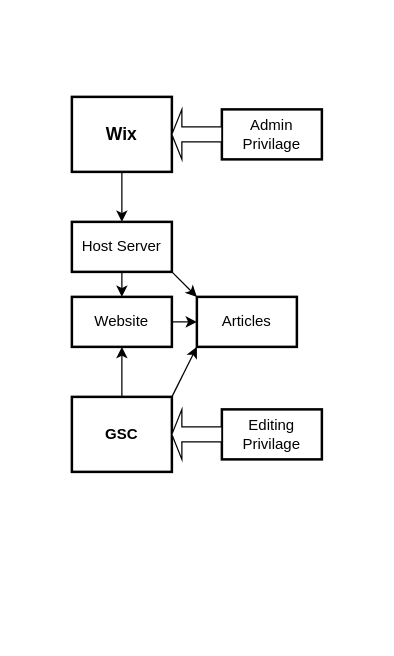
Raymondoor/Public_repo keeps this draw.io diagram as Untitled Diagram.drawio. Above is the earlier version. Source tidied: cells renumbered, new cells numbered last; positions are measured from the earlier drawing's top-left corner, leaving out a move shared by most shapes. Both pictures are drawn from the tidied source at 125%, with x=0, y=0 at pixel (71, 96).
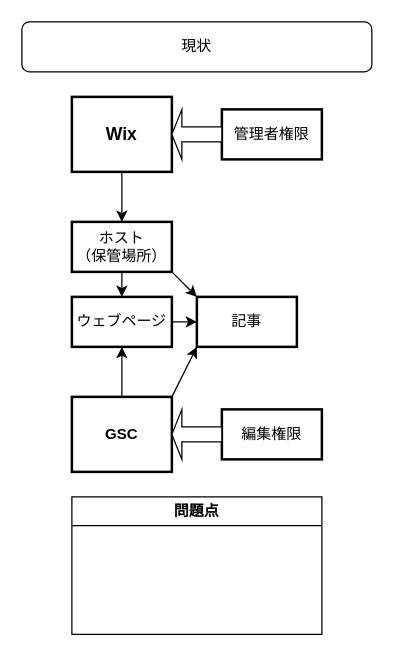
After the change.

Change to the diagram source:
```diff
@@
-    <mxCell id="2" value="&lt;div align=&quot;center&quot;&gt;Website&lt;/div&gt;" style="rounded=0;whiteSpace=wrap;html=1;fillColor=none;strokeWidth=2;align=center;" parent="1" vertex="1">
+    <mxCell id="2" value="ウェブページ" style="rounded=0;whiteSpace=wrap;html=1;fillColor=none;strokeWidth=2;align=center;" parent="1" vertex="1">
       <mxGeometry y="160" width="80" height="40" as="geometry" />
     </mxCell>
-    <mxCell id="3" value="&lt;div&gt;Articles&lt;/div&gt;" style="rounded=0;whiteSpace=wrap;html=1;fillColor=none;strokeWidth=2;" parent="1" vertex="1">
+    <mxCell id="3" value="記事" style="rounded=0;whiteSpace=wrap;html=1;fillColor=none;strokeWidth=2;" parent="1" vertex="1">
       <mxGeometry x="100" y="160" width="80" height="40" as="geometry" />
     </mxCell>
-    <mxCell id="4" value="&lt;div&gt;Admin&lt;/div&gt;&lt;div&gt;Privilage&lt;/div&gt;" style="rounded=0;whiteSpace=wrap;html=1;fillColor=none;strokeWidth=2;align=center;" parent="1" vertex="1">
+    <mxCell id="4" value="管理者権限" style="rounded=0;whiteSpace=wrap;html=1;fillColor=none;strokeWidth=2;align=center;" parent="1" vertex="1">
       <mxGeometry x="120" y="10" width="80" height="40" as="geometry" />
     </mxCell>
-    <mxCell id="5" value="Host Server" style="rounded=0;whiteSpace=wrap;html=1;fillColor=none;strokeWidth=2;align=center;" parent="1" vertex="1">
+    <mxCell id="5" value="&lt;div&gt;ホスト&lt;/div&gt;&lt;div&gt;（保管場所）&lt;/div&gt;" style="rounded=0;whiteSpace=wrap;html=1;fillColor=none;strokeWidth=2;align=center;" parent="1" vertex="1">
       <mxGeometry y="100" width="80" height="40" as="geometry" />
     </mxCell>
@@
-    <mxCell id="11" value="&lt;div&gt;Editing&lt;/div&gt;&lt;div&gt;Privilage&lt;br&gt;&lt;/div&gt;" style="rounded=0;whiteSpace=wrap;html=1;fillColor=none;strokeWidth=2;align=center;" parent="1" vertex="1">
+    <mxCell id="11" value="編集権限" style="rounded=0;whiteSpace=wrap;html=1;fillColor=none;strokeWidth=2;align=center;" parent="1" vertex="1">
       <mxGeometry x="120" y="250" width="80" height="40" as="geometry" />
     </mxCell>
@@
+    <mxCell id="17" value="現状" style="rounded=1;whiteSpace=wrap;html=1;fillColor=none;" parent="1" vertex="1">
+      <mxGeometry x="-40" y="-60" width="280" height="40" as="geometry" />
+    </mxCell>
+    <mxCell id="18" value="問題点" style="swimlane;whiteSpace=wrap;html=1;startSize=23;" parent="1" vertex="1">
+      <mxGeometry y="320" width="200" height="110" as="geometry" />
+    </mxCell>
```
